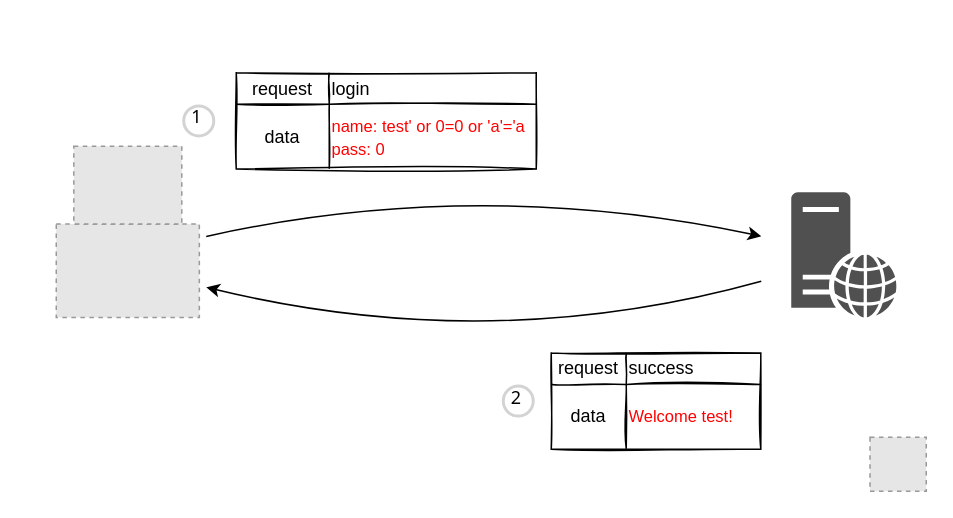
qeeqbox/xpath-injection keeps this draw.io diagram as xpath.drawio. Above is the earlier version. Source tidied: cells renumbered, new cells numbered last; positions are measured from the earlier drawing's top-left corner, leaving out a move shared by most shapes. Both pictures are drawn from the tidied source at 150%, with x=0, y=0 at pixel (26, 26). Pictures stored in the file or linked from it are replaced by grey dashed boxes.
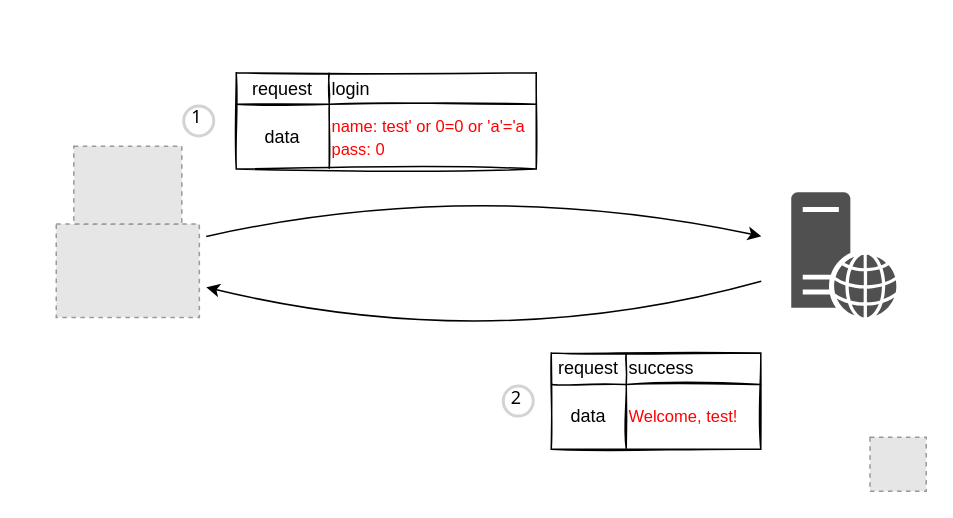
The same page after the edit.

The change refers to these unchanged cells:
```xml
<mxCell id="23" style="shape=tableRow;horizontal=0;startSize=0;swimlaneHead=0;swimlaneBody=0;top=0;left=0;bottom=0;right=0;fillColor=none;" parent="19" vertex="1">
  <mxGeometry y="21" width="139.7" height="43" as="geometry" />
</mxCell>
```

Diff of the diagram source:
```diff
@@
-    <mxCell id="25" value="&lt;font color=&quot;#ff0000&quot;&gt;&lt;span style=&quot;font-size: 11px;&quot;&gt;Welcome test!&lt;/span&gt;&lt;br&gt;&lt;/font&gt;" style="shape=partialRectangle;html=1;whiteSpace=wrap;fillColor=none;top=0;left=0;bottom=0;right=0;overflow=hidden;align=left;" parent="23" vertex="1">
+    <mxCell id="25" value="&lt;font color=&quot;#ff0000&quot;&gt;&lt;span style=&quot;font-size: 11px;&quot;&gt;Welcome, test!&lt;/span&gt;&lt;br&gt;&lt;/font&gt;" style="shape=partialRectangle;html=1;whiteSpace=wrap;fillColor=none;top=0;left=0;bottom=0;right=0;overflow=hidden;align=left;" parent="23" vertex="1">
       <mxGeometry x="50" width="90" height="43" as="geometry" />
     </mxCell>
```
